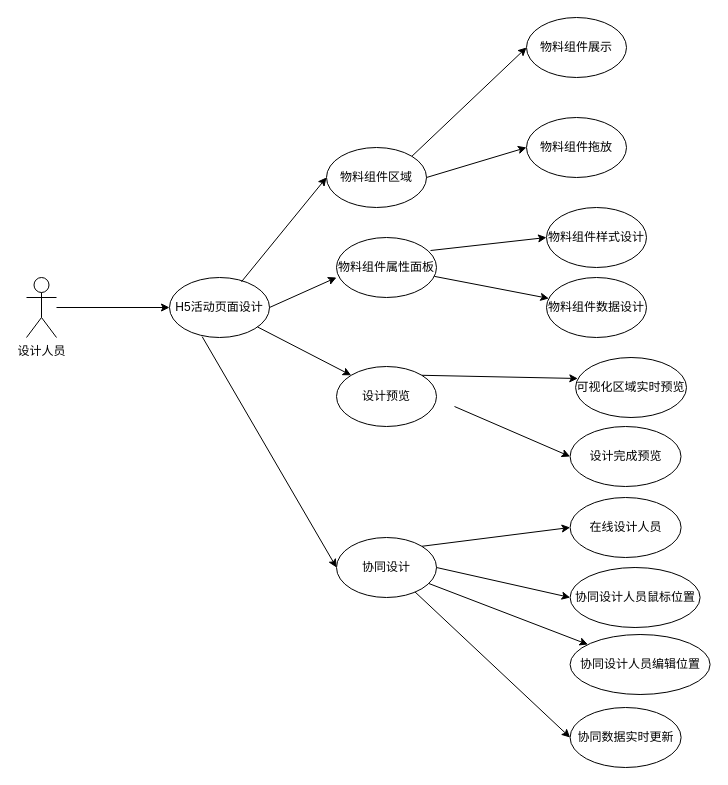
This is 第三章/活动页面设计用例图.drawio from yuxinyu12345/diagrams, a draw.io file, before an edit. Source tidied: cells renumbered, new cells numbered last; positions are measured from the earlier drawing's top-left corner, leaving out a move shared by most shapes. Both pictures are drawn from the tidied source at 100%, with x=0, y=0 at pixel (26, 17).
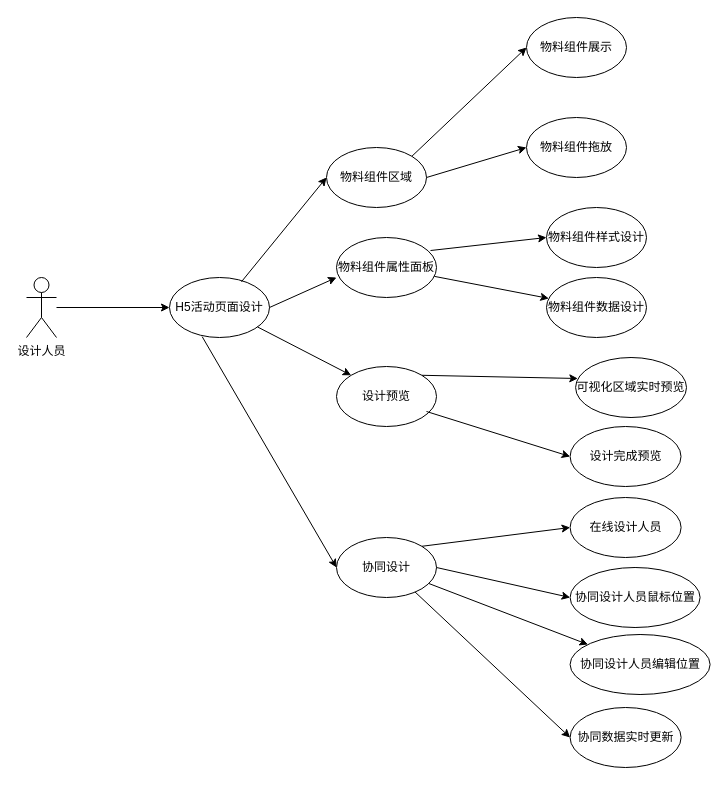
After the change.

Commit message (it also covers changes not shown here):
更新活动页面设计用例图.drawio

The change refers to these unchanged cells:
```xml
<mxCell id="9" value="设计预览" style="ellipse;whiteSpace=wrap;html=1;" parent="1" vertex="1">
  <mxGeometry x="310" y="349" width="100" height="60" as="geometry" />
</mxCell>
<mxCell id="31" value="设计完成预览" style="ellipse;whiteSpace=wrap;html=1;" parent="1" vertex="1">
  <mxGeometry x="543.6" y="409" width="110.9" height="60" as="geometry" />
</mxCell>
```

Change to the diagram source:
```diff
@@
-    <mxCell id="32" style="endArrow=classic;html=1;rounded=0;exitX=1;exitY=0;exitDx=0;exitDy=0;entryX=0;entryY=0.5;entryDx=0;entryDy=0;" parent="1" edge="1" target="31">
-      <mxGeometry relative="1" as="geometry">
-        <mxPoint x="428" y="389" as="sourcePoint" />
-      </mxGeometry>
+    <mxCell id="32" style="endArrow=classic;html=1;rounded=0;exitX=0.9;exitY=0.75;exitDx=0;exitDy=0;entryX=0;entryY=0.5;entryDx=0;entryDy=0;exitPerimeter=0;" parent="1" edge="1" source="9" target="31">
+      <mxGeometry relative="1" as="geometry" />
     </mxCell>
```
